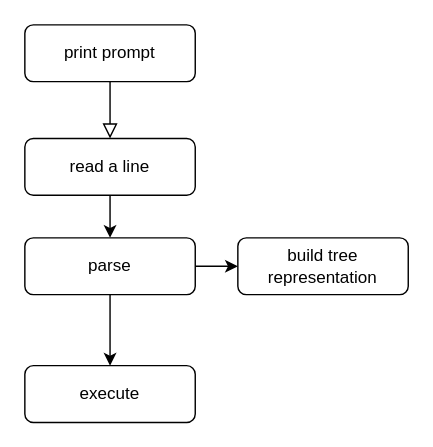
This is page "Simple Flow" (1 of 7) of minishell.drawio from 0bvim/minishell, a draw.io file, before an edit. Source tidied: cells renumbered, new cells numbered last; positions are measured from the earlier drawing's top-left corner, leaving out a move shared by most shapes. Both pictures are drawn from the tidied source at 142%, with x=0, y=0 at pixel (24, 24).
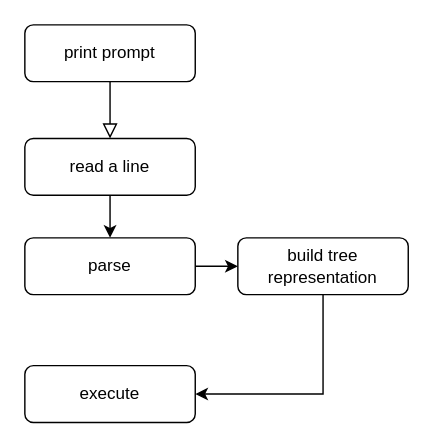
The same page after the edit.

What changed in the source:
```diff
@@
 <mxGraphModel>
   <root>
     <mxCell id="0" />
     <mxCell id="1" parent="0" />
     <mxCell id="2" style="rounded=0;html=1;jettySize=auto;fontSize=11;endArrow=block;endFill=0;endSize=8;strokeWidth=1;shadow=0;labelBackgroundColor=none;edgeStyle=orthogonalEdgeStyle;entryX=0.5;entryY=0;entryDx=0;entryDy=0;" parent="1" edge="1" source="3" target="5">
       <mxGeometry relative="1" as="geometry" />
     </mxCell>
     <mxCell id="3" value="print prompt" style="rounded=1;whiteSpace=wrap;html=1;fontSize=12;glass=0;strokeWidth=1;shadow=0;" parent="1" vertex="1">
       <mxGeometry width="120" height="40" as="geometry" />
     </mxCell>
     <mxCell id="4" style="edgeStyle=orthogonalEdgeStyle;rounded=0;jettySize=auto;html=1;" parent="1" edge="1" source="5" target="9">
       <mxGeometry relative="1" as="geometry" />
     </mxCell>
     <mxCell id="5" value="read a line" style="rounded=1;whiteSpace=wrap;html=1;fontSize=12;glass=0;strokeWidth=1;shadow=0;" parent="1" vertex="1">
       <mxGeometry y="80" width="120" height="40" as="geometry" />
     </mxCell>
+    <mxCell id="11" style="edgeStyle=orthogonalEdgeStyle;rounded=0;jettySize=auto;html=1;exitX=0.5;exitY=1;exitDx=0;exitDy=0;entryX=1;entryY=0.5;entryDx=0;entryDy=0;" parent="1" edge="1" source="6" target="10">
+      <mxGeometry relative="1" as="geometry" />
+    </mxCell>
     <mxCell id="6" value="build tree representation" style="rounded=1;whiteSpace=wrap;html=1;fontSize=12;glass=0;strokeWidth=1;shadow=0;" parent="1" vertex="1">
       <mxGeometry x="150" y="150" width="120" height="40" as="geometry" />
     </mxCell>
     <mxCell id="7" style="edgeStyle=orthogonalEdgeStyle;rounded=0;jettySize=auto;html=1;" parent="1" edge="1" source="9" target="6">
       <mxGeometry relative="1" as="geometry" />
     </mxCell>
-    <mxCell id="8" style="edgeStyle=orthogonalEdgeStyle;rounded=0;jettySize=auto;html=1;" parent="1" edge="1" source="9" target="10">
-      <mxGeometry relative="1" as="geometry" />
-    </mxCell>
     <mxCell id="9" value="parse" style="rounded=1;whiteSpace=wrap;html=1;fontSize=12;glass=0;strokeWidth=1;shadow=0;" parent="1" vertex="1">
       <mxGeometry y="150" width="120" height="40" as="geometry" />
     </mxCell>
     <mxCell id="10" value="execute" style="rounded=1;whiteSpace=wrap;html=1;fontSize=12;glass=0;strokeWidth=1;shadow=0;" parent="1" vertex="1">
       <mxGeometry y="240" width="120" height="40" as="geometry" />
     </mxCell>
   </root>
 </mxGraphModel>
```
